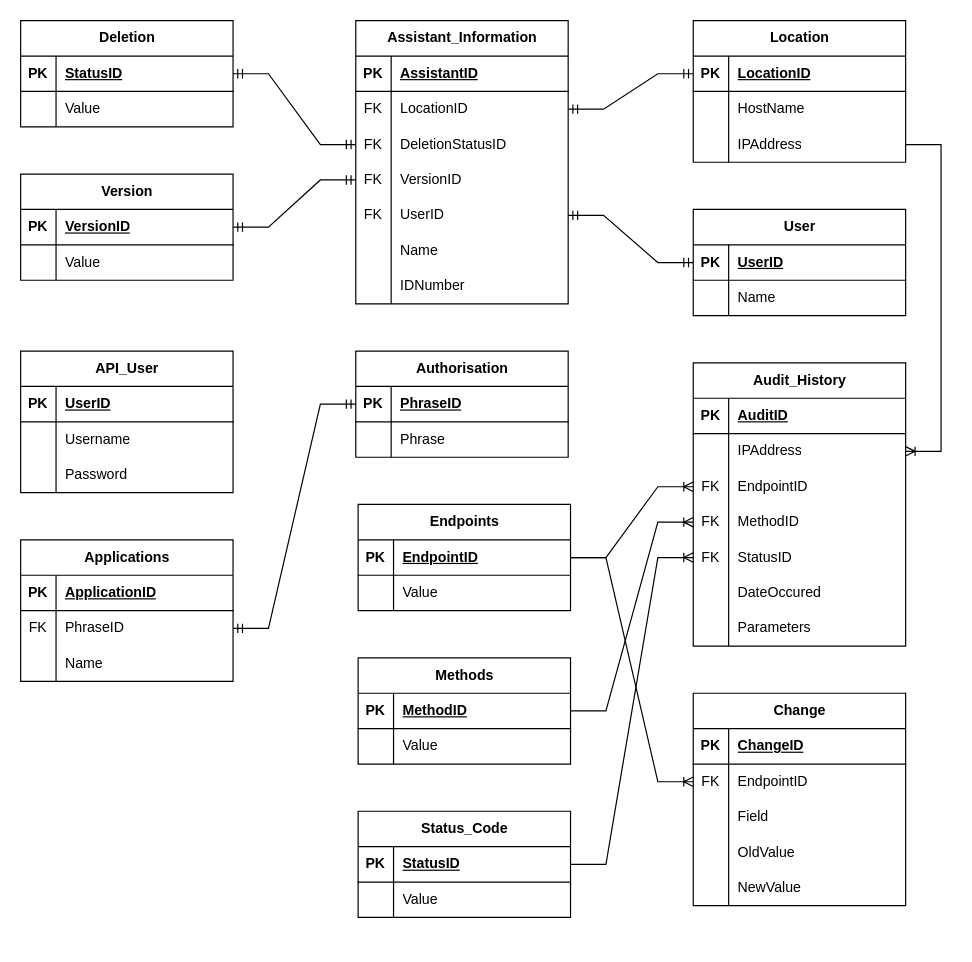
Earlier version of the draw.io diagram Database ERD.drawio (LegendarySpork9/Hunter-Industries-API). Source tidied: cells renumbered, new cells numbered last; positions are measured from the earlier drawing's top-left corner, leaving out a move shared by most shapes. Both pictures are drawn from the tidied source at 118%, with x=0, y=0 at pixel (20, 20).
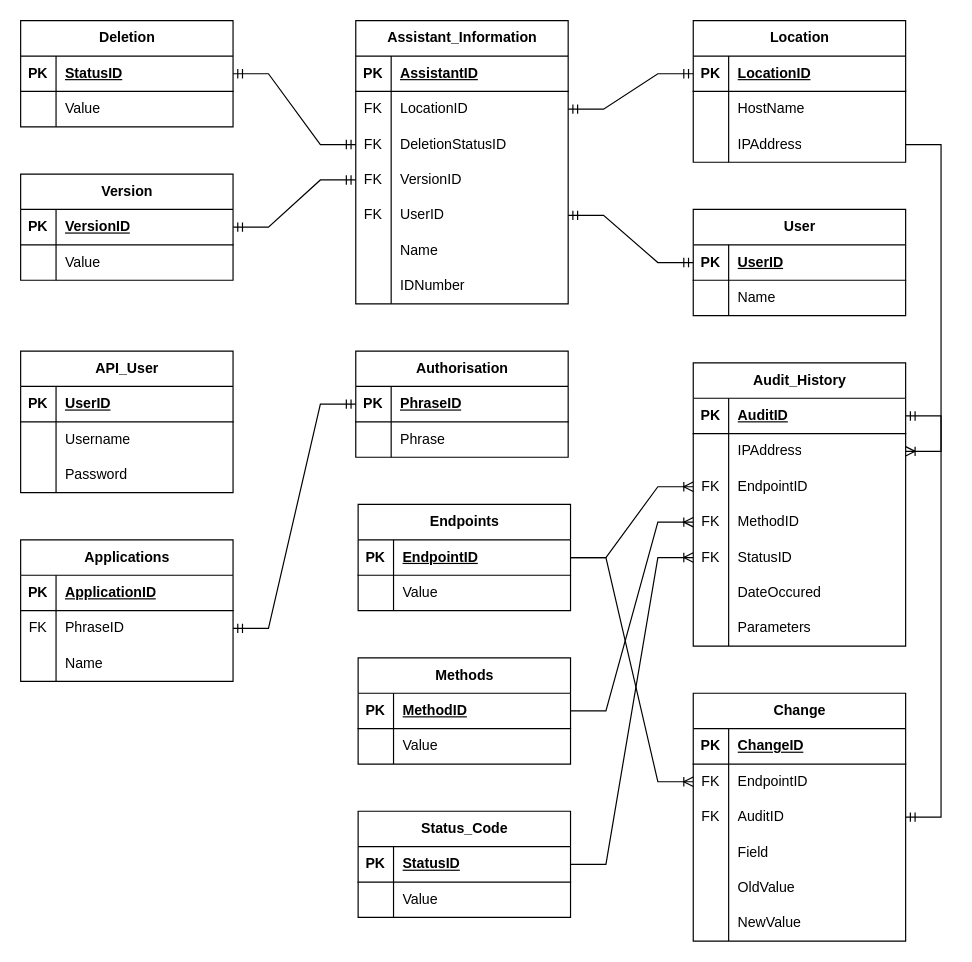
Above is the later version.

Commit message:
API Database ERD

The change refers to these unchanged cells:
```xml
<mxCell id="67" style="shape=tableRow;horizontal=0;startSize=0;swimlaneHead=0;swimlaneBody=0;fillColor=none;points=[[0,0.5],[1,0.5]];portConstraint=eastwest;top=0;left=0;right=0;bottom=1;" parent="66" vertex="1">
  <mxGeometry y="30" width="180" height="30" as="geometry" />
</mxCell>
```

What changed in the source:
```diff
@@
     <mxCell id="115" value="Change" style="shape=table;startSize=30;childLayout=tableLayout;rowLines=0;fontStyle=1;align=center;html=1;" parent="1" vertex="1">
-      <mxGeometry x="570" y="570" width="180" height="180" as="geometry" />
+      <mxGeometry x="570" y="570" width="180" height="210" as="geometry" />
     </mxCell>
@@
+    <mxCell id="151" style="shape=tableRow;horizontal=0;startSize=0;swimlaneHead=0;swimlaneBody=0;fillColor=none;top=0;left=0;right=0;bottom=0;" parent="115" vertex="1">
+      <mxGeometry y="90" width="180" height="30" as="geometry" />
+    </mxCell>
+    <mxCell id="152" value="FK" style="shape=partialRectangle;fillColor=none;top=0;left=0;bottom=0;right=0;overflow=hidden;whiteSpace=wrap;html=1;" parent="151" vertex="1">
+      <mxGeometry width="30" height="30" as="geometry" />
+    </mxCell>
+    <mxCell id="153" value="AuditID" style="shape=partialRectangle;fillColor=none;top=0;left=0;bottom=0;right=0;align=left;spacingLeft=6;overflow=hidden;whiteSpace=wrap;html=1;" parent="151" vertex="1">
+      <mxGeometry x="30" width="150" height="30" as="geometry" />
+    </mxCell>
     <mxCell id="122" style="shape=tableRow;horizontal=0;startSize=0;swimlaneHead=0;swimlaneBody=0;fillColor=none;top=0;left=0;right=0;bottom=0;" parent="115" vertex="1">
-      <mxGeometry y="90" width="180" height="30" as="geometry" />
+      <mxGeometry y="120" width="180" height="30" as="geometry" />
     </mxCell>
@@
     <mxCell id="125" style="shape=tableRow;horizontal=0;startSize=0;swimlaneHead=0;swimlaneBody=0;fillColor=none;top=0;left=0;right=0;bottom=0;" parent="115" vertex="1">
-      <mxGeometry y="120" width="180" height="30" as="geometry" />
+      <mxGeometry y="150" width="180" height="30" as="geometry" />
     </mxCell>
@@
     <mxCell id="128" style="shape=tableRow;horizontal=0;startSize=0;swimlaneHead=0;swimlaneBody=0;fillColor=none;top=0;left=0;right=0;bottom=0;" parent="115" vertex="1">
-      <mxGeometry y="150" width="180" height="30" as="geometry" />
+      <mxGeometry y="180" width="180" height="30" as="geometry" />
     </mxCell>
@@
+    <mxCell id="154" style="edgeStyle=entityRelationEdgeStyle;fontSize=12;html=1;endArrow=ERmandOne;startArrow=ERmandOne;rounded=0;entryX=1;entryY=0.5;entryDx=0;entryDy=0;exitX=1;exitY=0.5;exitDx=0;exitDy=0;" parent="1" edge="1" source="115" target="67">
+      <mxGeometry relative="1" as="geometry">
+        <Array as="points">
+          <mxPoint x="786" y="530" />
+        </Array>
+      </mxGeometry>
+    </mxCell>
```
